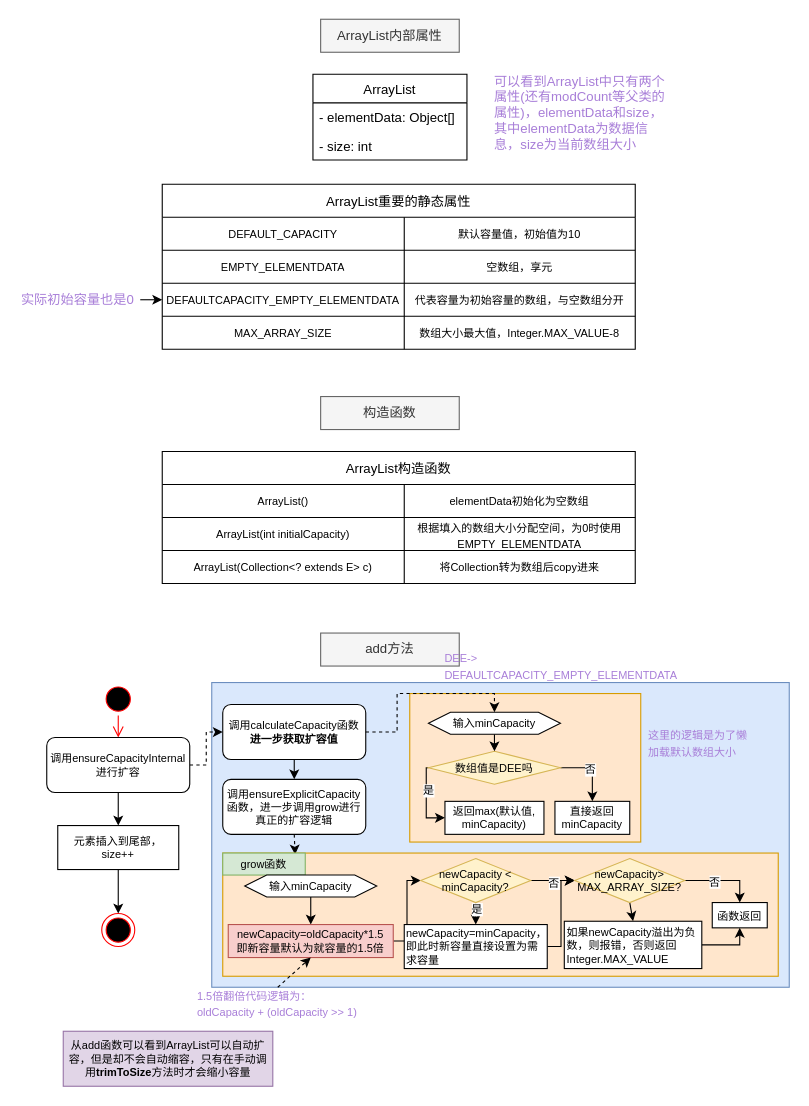
codeReaper2001/diagram keeps this draw.io diagram as 面试/java容器/ArrayList.drawio. Above is the earlier version. Source tidied: cells renumbered, new cells numbered last; positions are measured from the earlier drawing's top-left corner, leaving out a move shared by most shapes. Both pictures are drawn from the tidied source at 110%, with x=0, y=0 at pixel (19, 19).
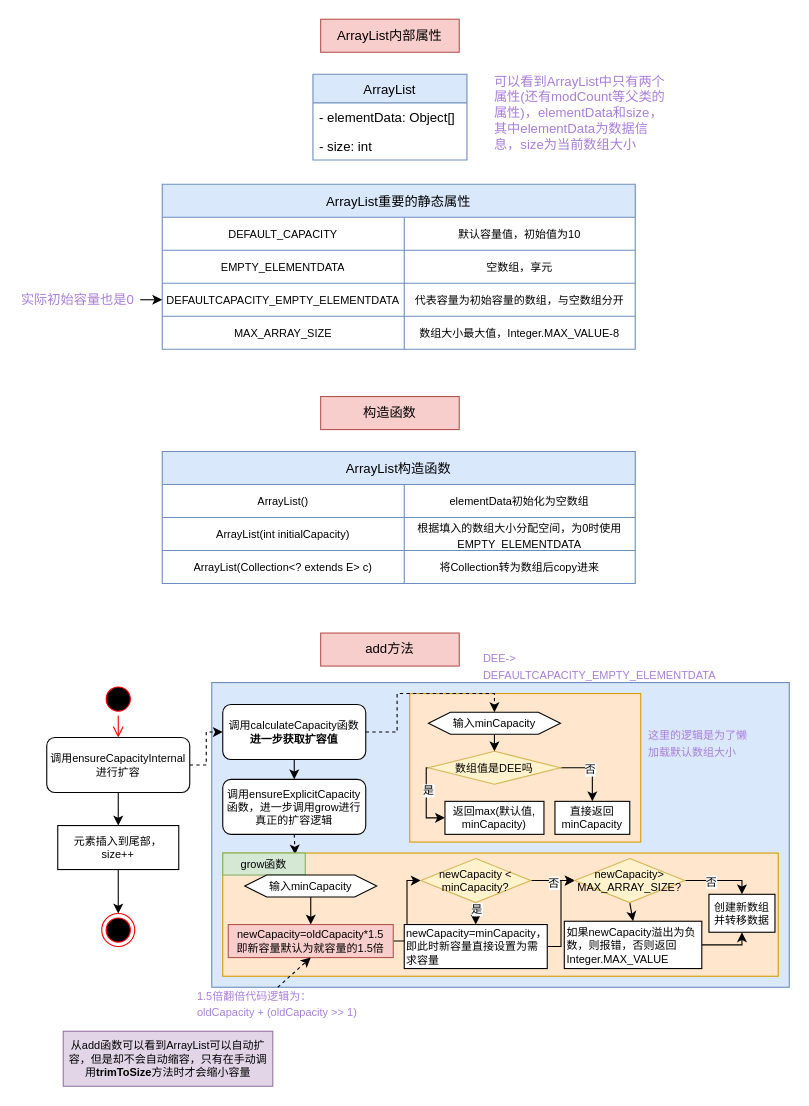
The same diagram, later.

Change to the diagram source:
```diff
@@
-    <mxCell id="3" value="ArrayList内部属性" style="rounded=0;whiteSpace=wrap;html=1;fillColor=#f5f5f5;fontColor=#333333;strokeColor=#666666;" parent="1" vertex="1">
+    <mxCell id="3" value="ArrayList内部属性" style="rounded=0;whiteSpace=wrap;html=1;fillColor=#f8cecc;strokeColor=#b85450;" parent="1" vertex="1">
       <mxGeometry x="274" width="126" height="30" as="geometry" />
     </mxCell>
-    <mxCell id="4" value="ArrayList" style="swimlane;fontStyle=0;horizontal=1;startSize=26;fillColor=none;" parent="1" vertex="1">
+    <mxCell id="4" value="ArrayList" style="swimlane;fontStyle=0;horizontal=1;startSize=26;fillColor=#dae8fc;strokeColor=#6c8ebf;" parent="1" vertex="1">
       <mxGeometry x="267" y="50" width="140" height="78" as="geometry" />
     </mxCell>
@@
-    <mxCell id="8" value="ArrayList重要的静态属性" style="shape=table;startSize=30;childLayout=tableLayout;fontStyle=0;align=center;" parent="1" vertex="1">
+    <mxCell id="8" value="ArrayList重要的静态属性" style="shape=table;startSize=30;childLayout=tableLayout;fontStyle=0;align=center;fillColor=#dae8fc;strokeColor=#6c8ebf;" parent="1" vertex="1">
       <mxGeometry x="130" y="150" width="430" height="150" as="geometry" />
     </mxCell>
@@
-    <mxCell id="21" value="构造函数" style="rounded=0;whiteSpace=wrap;html=1;fillColor=#f5f5f5;fontColor=#333333;strokeColor=#666666;" parent="1" vertex="1">
+    <mxCell id="21" value="构造函数" style="rounded=0;whiteSpace=wrap;html=1;fillColor=#f8cecc;strokeColor=#b85450;" parent="1" vertex="1">
       <mxGeometry x="274" y="343" width="126" height="30" as="geometry" />
     </mxCell>
-    <mxCell id="22" value="ArrayList构造函数" style="shape=table;startSize=30;childLayout=tableLayout;fontStyle=0;align=center;" parent="1" vertex="1">
+    <mxCell id="22" value="ArrayList构造函数" style="shape=table;startSize=30;childLayout=tableLayout;fontStyle=0;align=center;fillColor=#dae8fc;strokeColor=#6c8ebf;" parent="1" vertex="1">
       <mxGeometry x="130" y="393" width="430" height="120" as="geometry" />
     </mxCell>
@@
-    <mxCell id="34" value="add方法" style="rounded=0;whiteSpace=wrap;html=1;fillColor=#f5f5f5;fontColor=#333333;strokeColor=#666666;" parent="1" vertex="1">
+    <mxCell id="34" value="add方法" style="rounded=0;whiteSpace=wrap;html=1;fillColor=#f8cecc;strokeColor=#b85450;" parent="1" vertex="1">
       <mxGeometry x="274" y="558" width="126" height="30" as="geometry" />
     </mxCell>
@@
     <mxCell id="52" value="&lt;font style=&quot;font-size: 10px&quot;&gt;DEE-&amp;gt;&lt;br&gt;DEFAULTCAPACITY_EMPTY_ELEMENTDATA&lt;/font&gt;" style="rounded=0;whiteSpace=wrap;html=1;fillColor=none;strokeColor=none;fontColor=#A87ED8;align=left;" parent="1" vertex="1">
-      <mxGeometry x="385" y="573" width="260" height="30" as="geometry" />
+      <mxGeometry x="420" y="573" width="260" height="30" as="geometry" />
     </mxCell>
@@
-    <mxCell id="78" value="函数返回" style="rounded=0;whiteSpace=wrap;html=1;labelBackgroundColor=none;fontSize=10;align=center;" parent="1" vertex="1">
-      <mxGeometry x="630" y="803" width="50" height="23" as="geometry" />
+    <mxCell id="78" value="创建新数组并转移数据" style="rounded=0;whiteSpace=wrap;html=1;labelBackgroundColor=none;fontSize=10;align=center;" parent="1" vertex="1">
+      <mxGeometry x="627" y="795.5" width="60" height="34.5" as="geometry" />
     </mxCell>
```
